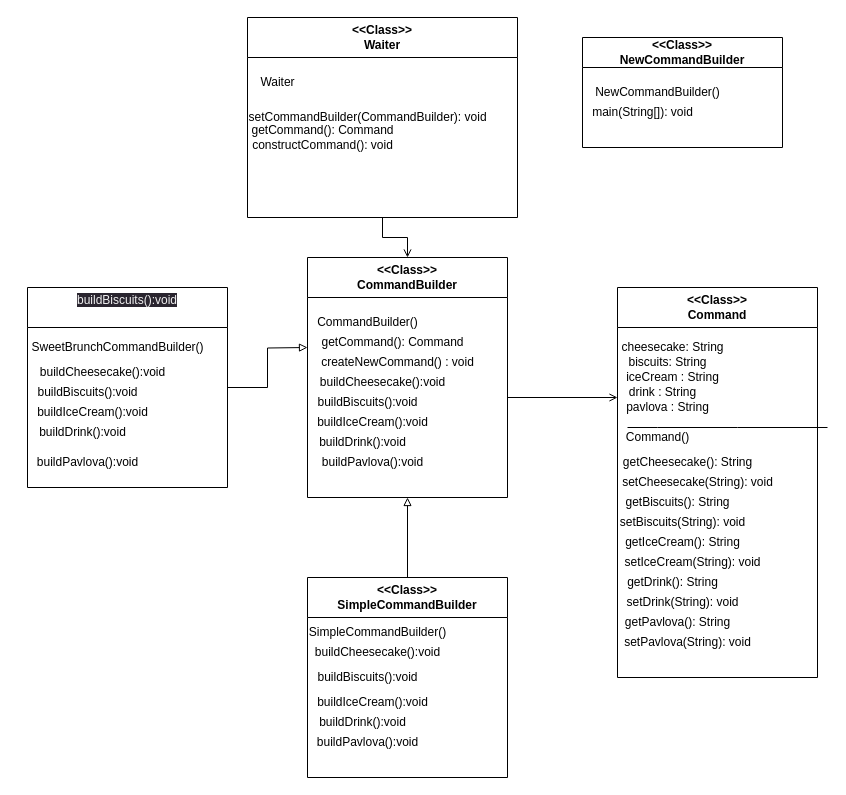
Before: BuilderDiagram.drawio in mariareee/Design_Patterns_PROJECT, a draw.io diagram. Source tidied: cells renumbered, new cells numbered last; positions are measured from the earlier drawing's top-left corner, leaving out a move shared by most shapes. Both pictures are drawn from the tidied source at 100%, with x=0, y=0 at pixel (17, 17).
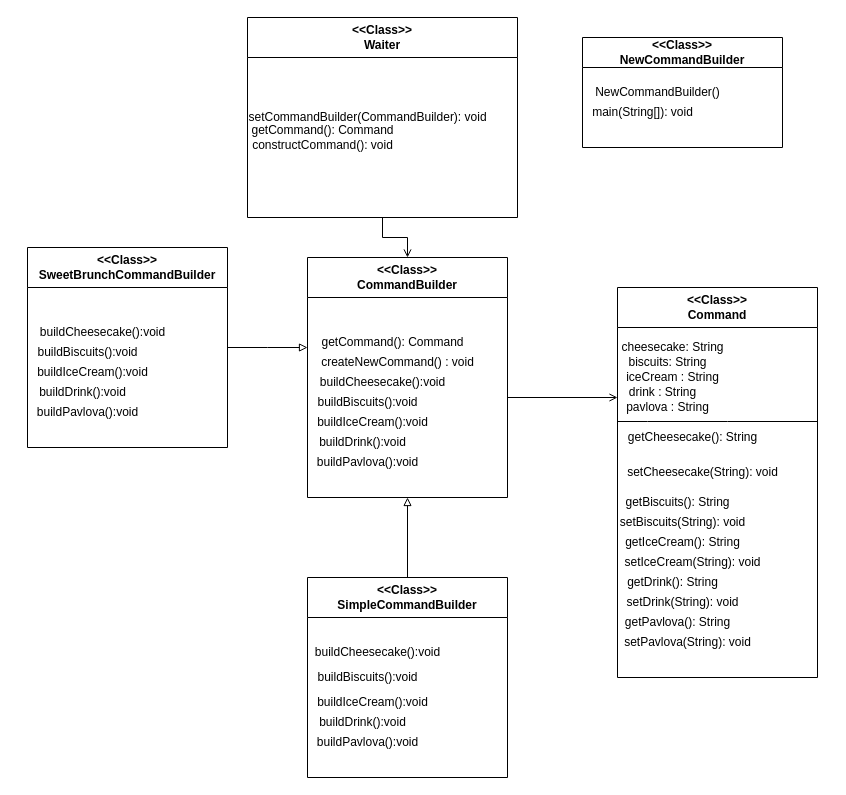
The same page after the edit.

The change refers to these unchanged cells:
```xml
<mxCell id="3" value="&amp;lt;&amp;lt;Class&amp;gt;&amp;gt;&lt;br&gt;Waiter" style="swimlane;whiteSpace=wrap;html=1;startSize=40;" parent="1" vertex="1">
  <mxGeometry x="230" width="270" height="200" as="geometry" />
</mxCell>
<mxCell id="15" value="&amp;lt;&amp;lt;Class&amp;gt;&amp;gt;&lt;br&gt;Command" style="swimlane;whiteSpace=wrap;html=1;startSize=40;" parent="1" vertex="1">
  <mxGeometry x="600" y="270" width="200" height="390" as="geometry" />
</mxCell>
<mxCell id="33" value="&amp;lt;&amp;lt;Class&amp;gt;&amp;gt;&lt;br&gt;CommandBuilder" style="swimlane;whiteSpace=wrap;html=1;startSize=40;" parent="1" vertex="1">
  <mxGeometry x="290" y="240" width="200" height="240" as="geometry" />
</mxCell>
<mxCell id="43" value="&amp;lt;&amp;lt;Class&amp;gt;&amp;gt;&lt;br&gt;SimpleCommandBuilder" style="swimlane;whiteSpace=wrap;html=1;startSize=40;" parent="1" vertex="1">
  <mxGeometry x="290" y="560" width="200" height="200" as="geometry" />
</mxCell>
```

What changed in the source:
```diff
@@
-    <mxCell id="4" value="Waiter" style="text;html=1;align=center;verticalAlign=middle;strokeColor=none;fillColor=none;" parent="3" vertex="1">
-      <mxGeometry y="50" width="60" height="30" as="geometry" />
-    </mxCell>
@@
-    <mxCell id="8" value="&#10;&lt;span style=&quot;color: rgb(240, 240, 240); font-family: Helvetica; font-size: 12px; font-style: normal; font-variant-ligatures: normal; font-variant-caps: normal; font-weight: 400; letter-spacing: normal; orphans: 2; text-align: center; text-indent: 0px; text-transform: none; widows: 2; word-spacing: 0px; -webkit-text-stroke-width: 0px; background-color: rgb(42, 37, 47); text-decoration-thickness: initial; text-decoration-style: initial; text-decoration-color: initial; float: none; display: inline !important;&quot;&gt;buildBiscuits():void&lt;/span&gt;&#10;&#10;" style="swimlane;whiteSpace=wrap;html=1;startSize=40;" parent="1" vertex="1">
-      <mxGeometry x="10" y="270" width="200" height="200" as="geometry" />
+    <mxCell id="8" value="&amp;lt;&amp;lt;Class&amp;gt;&amp;gt;&lt;br&gt;SweetBrunchCommandBuilder" style="swimlane;whiteSpace=wrap;html=1;startSize=40;" parent="1" vertex="1">
+      <mxGeometry x="10" y="230" width="200" height="200" as="geometry" />
     </mxCell>
-    <mxCell id="9" value="SweetBrunchCommandBuilder()&lt;br&gt;" style="text;html=1;align=center;verticalAlign=middle;strokeColor=none;fillColor=none;" parent="8" vertex="1">
-      <mxGeometry x="-10" y="45" width="200" height="30" as="geometry" />
-    </mxCell>
@@
     <mxCell id="13" value="buildPavlova():void" style="text;html=1;align=center;verticalAlign=middle;strokeColor=none;fillColor=none;" parent="8" vertex="1">
-      <mxGeometry y="160" width="120" height="30" as="geometry" />
+      <mxGeometry y="150" width="120" height="30" as="geometry" />
     </mxCell>
@@
-    <mxCell id="21" value="Command()&lt;br&gt;" style="text;html=1;align=center;verticalAlign=middle;strokeColor=none;fillColor=none;" parent="15" vertex="1">
-      <mxGeometry x="-5" y="135" width="90" height="30" as="geometry" />
-    </mxCell>
     <mxCell id="22" value="setCheesecake(String): void" style="text;html=1;align=center;verticalAlign=middle;strokeColor=none;fillColor=none;" parent="15" vertex="1">
-      <mxGeometry x="-5" y="180" width="170" height="30" as="geometry" />
+      <mxGeometry y="170" width="170" height="30" as="geometry" />
     </mxCell>
     <mxCell id="23" value="getCheesecake(): String" style="text;html=1;align=center;verticalAlign=middle;strokeColor=none;fillColor=none;" parent="15" vertex="1">
-      <mxGeometry x="-5" y="160" width="150" height="30" as="geometry" />
+      <mxGeometry y="135" width="150" height="30" as="geometry" />
     </mxCell>
@@
+    <mxCell id="53" style="endArrow=none;html=1;rounded=0;" parent="15" edge="1">
+      <mxGeometry relative="1" as="geometry">
+        <mxPoint y="134" as="sourcePoint" />
+        <mxPoint x="200" y="134" as="targetPoint" />
+        <Array as="points">
+          <mxPoint x="30" y="134" />
+          <mxPoint x="110" y="134" />
+        </Array>
+      </mxGeometry>
+    </mxCell>
@@
-    <mxCell id="34" value="CommandBuilder()" style="text;html=1;align=center;verticalAlign=middle;strokeColor=none;fillColor=none;" parent="33" vertex="1">
-      <mxGeometry y="50" width="120" height="30" as="geometry" />
-    </mxCell>
@@
     <mxCell id="41" value="buildPavlova():void" style="text;html=1;align=center;verticalAlign=middle;strokeColor=none;fillColor=none;" parent="33" vertex="1">
-      <mxGeometry x="5" y="190" width="120" height="30" as="geometry" />
+      <mxGeometry y="190" width="120" height="30" as="geometry" />
     </mxCell>
@@
-    <mxCell id="44" value="SimpleCommandBuilder()" style="text;html=1;align=center;verticalAlign=middle;strokeColor=none;fillColor=none;" parent="43" vertex="1">
-      <mxGeometry x="-10" y="40" width="160" height="30" as="geometry" />
-    </mxCell>
@@
-    <mxCell id="53" style="endArrow=none;html=1;rounded=0;" parent="1" edge="1">
-      <mxGeometry relative="1" as="geometry">
-        <mxPoint x="610" y="410" as="sourcePoint" />
-        <mxPoint x="810" y="410" as="targetPoint" />
-        <Array as="points">
-          <mxPoint x="640" y="410" />
-          <mxPoint x="720" y="410" />
-        </Array>
-      </mxGeometry>
-    </mxCell>
```
